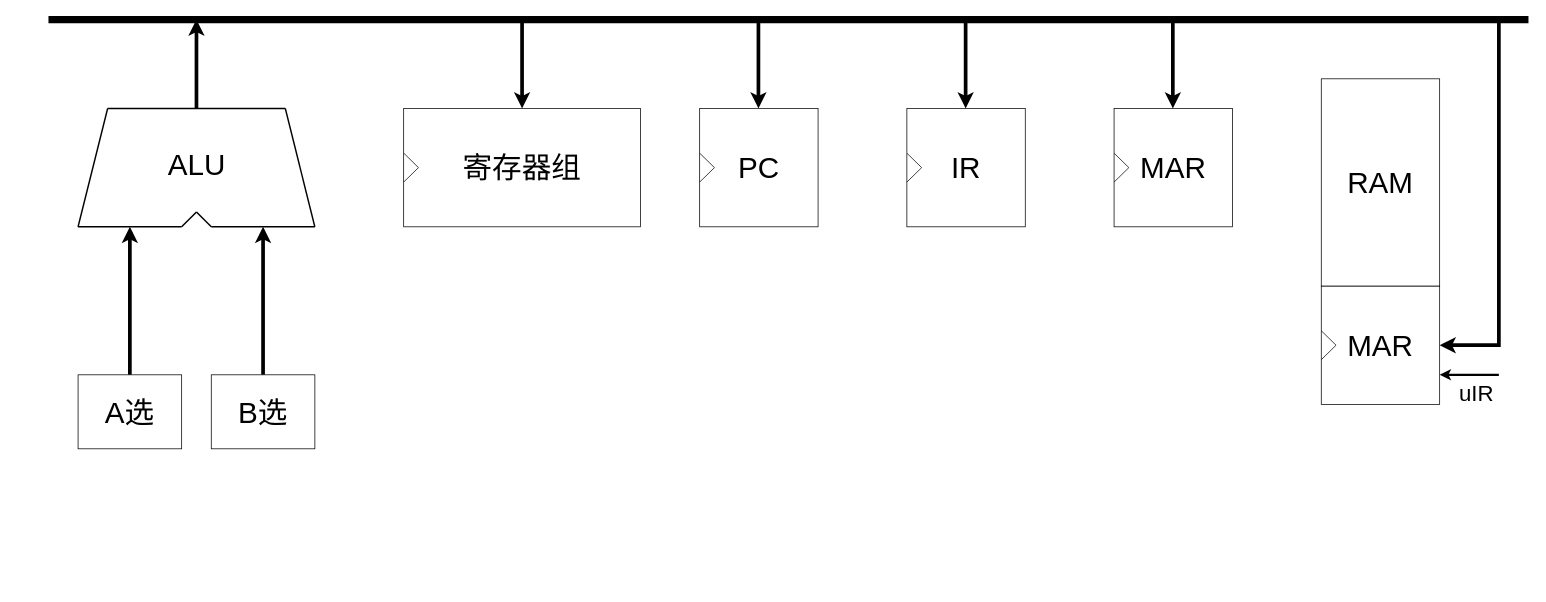
Earlier version of the draw.io diagram toHandOn/总体结构图.drawio (ShiaoYoung/Computer_Composition_Experiment). Source tidied: cells renumbered, new cells numbered last; positions are measured from the earlier drawing's top-left corner, leaving out a move shared by most shapes. Both pictures are drawn from the tidied source at 74%, with x=0, y=0 at pixel (48, 19).
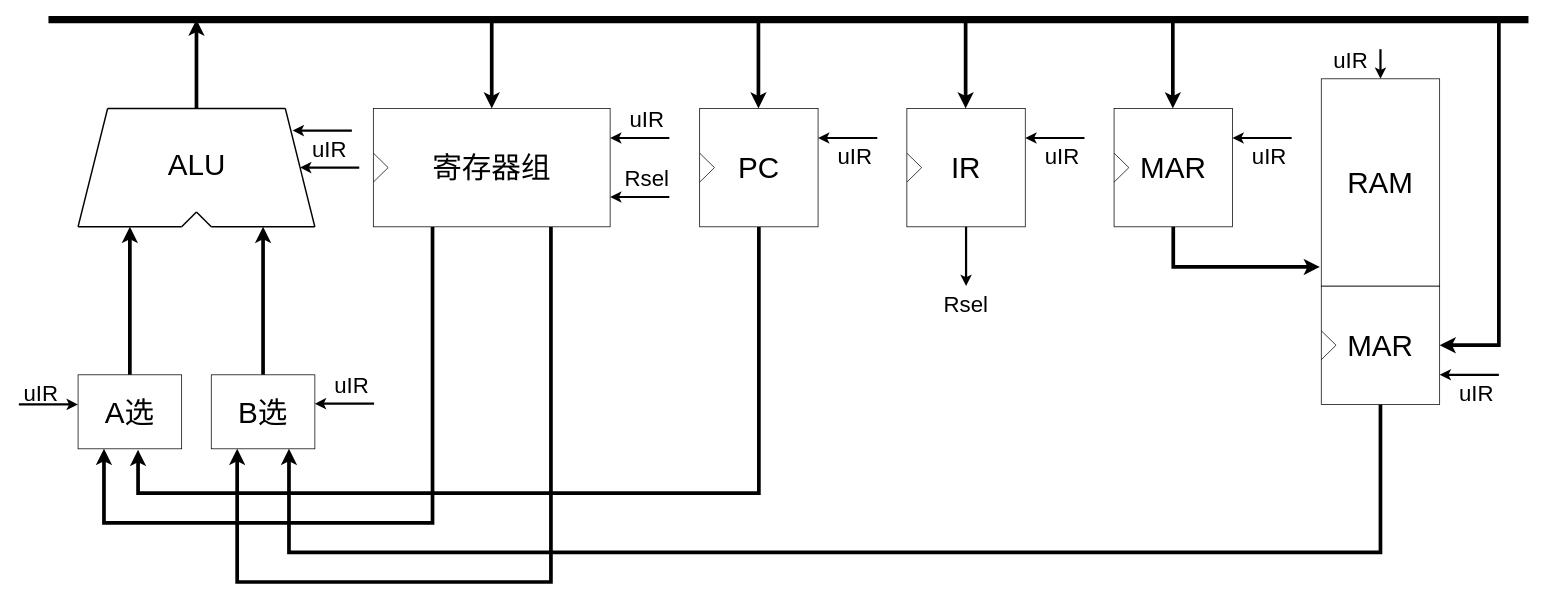
The same page after the edit.

Commit message (it also covers changes not shown here):
更新总体结构图.drawio

Unchanged cells that the change refers to:
```xml
<mxCell id="12" value="&lt;font style=&quot;font-size: 40px;&quot;&gt;A选&lt;/font&gt;" style="rounded=0;whiteSpace=wrap;html=1;" parent="1" vertex="1">
  <mxGeometry x="40" y="480" width="140" height="100" as="geometry" />
</mxCell>
<mxCell id="14" value="&lt;font style=&quot;font-size: 40px;&quot;&gt;B选&lt;/font&gt;" style="rounded=0;whiteSpace=wrap;html=1;" parent="1" vertex="1">
  <mxGeometry x="220" y="480" width="140" height="100" as="geometry" />
</mxCell>
<mxCell id="19" value="&lt;font style=&quot;font-size: 40px;&quot;&gt;PC&lt;/font&gt;" style="rounded=0;whiteSpace=wrap;html=1;" parent="1" vertex="1">
  <mxGeometry x="880" y="120" width="160" height="160" as="geometry" />
</mxCell>
<mxCell id="22" value="&lt;span style=&quot;font-size: 40px;&quot;&gt;IR&lt;/span&gt;" style="rounded=0;whiteSpace=wrap;html=1;" parent="1" vertex="1">
  <mxGeometry x="1160" y="120" width="160" height="160" as="geometry" />
</mxCell>
<mxCell id="25" value="&lt;span style=&quot;font-size: 40px;&quot;&gt;MAR&lt;/span&gt;" style="rounded=0;whiteSpace=wrap;html=1;" parent="1" vertex="1">
  <mxGeometry x="1440" y="120" width="160" height="160" as="geometry" />
</mxCell>
<mxCell id="28" value="&lt;span style=&quot;font-size: 40px;&quot;&gt;MAR&lt;/span&gt;" style="rounded=0;whiteSpace=wrap;html=1;" parent="1" vertex="1">
  <mxGeometry x="1720" y="360" width="160" height="160" as="geometry" />
</mxCell>
<mxCell id="31" value="&lt;font style=&quot;font-size: 40px;&quot;&gt;RAM&lt;/font&gt;" style="rounded=0;whiteSpace=wrap;html=1;" parent="1" vertex="1">
  <mxGeometry x="1720" y="80" width="160" height="280" as="geometry" />
</mxCell>
```

What changed in the source:
```diff
@@
+    <mxCell id="39" style="edgeStyle=orthogonalEdgeStyle;rounded=0;jettySize=auto;html=1;exitX=0.25;exitY=1;exitDx=0;exitDy=0;entryX=0.25;entryY=1;entryDx=0;entryDy=0;strokeWidth=5;" parent="1" edge="1" source="16" target="12">
+      <mxGeometry relative="1" as="geometry">
+        <Array as="points">
+          <mxPoint x="519" y="680" />
+          <mxPoint x="75" y="680" />
+        </Array>
+      </mxGeometry>
+    </mxCell>
+    <mxCell id="40" style="edgeStyle=orthogonalEdgeStyle;rounded=0;jettySize=auto;html=1;exitX=0.75;exitY=1;exitDx=0;exitDy=0;entryX=0.25;entryY=1;entryDx=0;entryDy=0;strokeWidth=5;" parent="1" edge="1" source="16" target="14">
+      <mxGeometry relative="1" as="geometry">
+        <Array as="points">
+          <mxPoint x="679" y="760" />
+          <mxPoint x="255" y="760" />
+        </Array>
+      </mxGeometry>
+    </mxCell>
     <mxCell id="16" value="&lt;font style=&quot;font-size: 40px;&quot;&gt;寄存器组&lt;/font&gt;" style="rounded=0;whiteSpace=wrap;html=1;" parent="1" vertex="1">
-      <mxGeometry x="480" y="120" width="320" height="160" as="geometry" />
+      <mxGeometry x="439" y="120" width="320" height="160" as="geometry" />
     </mxCell>
     <mxCell id="17" style="endArrow=none;html=1;rounded=0;exitX=0.001;exitY=0.379;exitDx=0;exitDy=0;exitPerimeter=0;" parent="1" edge="1" source="16">
       <mxGeometry relative="1" as="geometry">
-        <mxPoint x="500" y="200" as="targetPoint" />
+        <mxPoint x="459" y="200" as="targetPoint" />
       </mxGeometry>
     </mxCell>
     <mxCell id="18" style="endArrow=none;html=1;rounded=0;exitX=-0.003;exitY=0.629;exitDx=0;exitDy=0;exitPerimeter=0;" parent="1" edge="1">
       <mxGeometry relative="1" as="geometry">
-        <mxPoint x="480" y="219.6" as="sourcePoint" />
-        <mxPoint x="500" y="200" as="targetPoint" />
+        <mxPoint x="439" y="219.6" as="sourcePoint" />
+        <mxPoint x="459" y="200" as="targetPoint" />
       </mxGeometry>
     </mxCell>
+    <mxCell id="41" style="edgeStyle=orthogonalEdgeStyle;rounded=0;jettySize=auto;html=1;exitX=0.5;exitY=1;exitDx=0;exitDy=0;entryX=0.579;entryY=1.014;entryDx=0;entryDy=0;entryPerimeter=0;strokeWidth=5;" parent="1" edge="1" source="19" target="12">
+      <mxGeometry relative="1" as="geometry">
+        <Array as="points">
+          <mxPoint x="960" y="640" />
+          <mxPoint x="121" y="640" />
+        </Array>
+      </mxGeometry>
+    </mxCell>
@@
+    <mxCell id="42" style="edgeStyle=orthogonalEdgeStyle;rounded=0;jettySize=auto;html=1;exitX=0.5;exitY=1;exitDx=0;exitDy=0;entryX=0.75;entryY=1;entryDx=0;entryDy=0;strokeWidth=5;" parent="1" edge="1" source="28" target="14">
+      <mxGeometry relative="1" as="geometry">
+        <Array as="points">
+          <mxPoint x="1800" y="720" />
+          <mxPoint x="325" y="720" />
+        </Array>
+      </mxGeometry>
+    </mxCell>
@@
     <mxCell id="32" style="endArrow=classic;html=1;rounded=0;entryX=0.5;entryY=0;entryDx=0;entryDy=0;strokeWidth=5;" parent="1" edge="1" target="16">
       <mxGeometry relative="1" as="geometry">
-        <mxPoint x="640" as="sourcePoint" />
+        <mxPoint x="599" as="sourcePoint" />
       </mxGeometry>
     </mxCell>
@@
+    <mxCell id="43" style="endArrow=classic;html=1;rounded=0;entryX=1;entryY=0.75;entryDx=0;entryDy=0;strokeWidth=3;" parent="1" edge="1">
+      <mxGeometry relative="1" as="geometry">
+        <mxPoint x="1680" y="160" as="sourcePoint" />
+        <mxPoint x="1600" y="160" as="targetPoint" />
+      </mxGeometry>
+    </mxCell>
+    <mxCell id="44" value="&lt;font style=&quot;font-size: 30px;&quot;&gt;uIR&lt;/font&gt;" style="text;html=1;align=center;verticalAlign=middle;whiteSpace=wrap;rounded=0;" parent="1" vertex="1">
+      <mxGeometry x="1620" y="170" width="60" height="30" as="geometry" />
+    </mxCell>
+    <mxCell id="45" style="endArrow=classic;html=1;rounded=0;entryX=1;entryY=0.75;entryDx=0;entryDy=0;strokeWidth=3;" parent="1" edge="1">
+      <mxGeometry relative="1" as="geometry">
+        <mxPoint x="1400" y="160" as="sourcePoint" />
+        <mxPoint x="1320" y="160" as="targetPoint" />
+      </mxGeometry>
+    </mxCell>
+    <mxCell id="46" value="&lt;font style=&quot;font-size: 30px;&quot;&gt;uIR&lt;/font&gt;" style="text;html=1;align=center;verticalAlign=middle;whiteSpace=wrap;rounded=0;" parent="1" vertex="1">
+      <mxGeometry x="1340" y="170" width="60" height="30" as="geometry" />
+    </mxCell>
+    <mxCell id="47" style="endArrow=classic;html=1;rounded=0;entryX=1;entryY=0.75;entryDx=0;entryDy=0;strokeWidth=3;" parent="1" edge="1">
+      <mxGeometry relative="1" as="geometry">
+        <mxPoint x="1120" y="160" as="sourcePoint" />
+        <mxPoint x="1040" y="160" as="targetPoint" />
+      </mxGeometry>
+    </mxCell>
+    <mxCell id="48" value="&lt;font style=&quot;font-size: 30px;&quot;&gt;uIR&lt;/font&gt;" style="text;html=1;align=center;verticalAlign=middle;whiteSpace=wrap;rounded=0;" parent="1" vertex="1">
+      <mxGeometry x="1060" y="170" width="60" height="30" as="geometry" />
+    </mxCell>
+    <mxCell id="49" style="endArrow=classic;html=1;rounded=0;entryX=1;entryY=0.75;entryDx=0;entryDy=0;strokeWidth=3;" parent="1" edge="1">
+      <mxGeometry relative="1" as="geometry">
+        <mxPoint x="839" y="160" as="sourcePoint" />
+        <mxPoint x="759" y="160" as="targetPoint" />
+      </mxGeometry>
+    </mxCell>
+    <mxCell id="50" value="&lt;font style=&quot;font-size: 30px;&quot;&gt;uIR&lt;/font&gt;" style="text;html=1;align=center;verticalAlign=middle;whiteSpace=wrap;rounded=0;" parent="1" vertex="1">
+      <mxGeometry x="779" y="120" width="60" height="30" as="geometry" />
+    </mxCell>
+    <mxCell id="51" style="endArrow=classic;html=1;rounded=0;entryX=1;entryY=0.75;entryDx=0;entryDy=0;strokeWidth=3;" parent="1" edge="1">
+      <mxGeometry relative="1" as="geometry">
+        <mxPoint x="410" y="150" as="sourcePoint" />
+        <mxPoint x="330" y="150" as="targetPoint" />
+      </mxGeometry>
+    </mxCell>
+    <mxCell id="52" value="&lt;font style=&quot;font-size: 30px;&quot;&gt;uIR&lt;/font&gt;" style="text;html=1;align=center;verticalAlign=middle;whiteSpace=wrap;rounded=0;" parent="1" vertex="1">
+      <mxGeometry x="350" y="160" width="60" height="30" as="geometry" />
+    </mxCell>
+    <mxCell id="53" style="endArrow=classic;html=1;rounded=0;entryX=1;entryY=0.75;entryDx=0;entryDy=0;strokeWidth=3;" parent="1" edge="1">
+      <mxGeometry relative="1" as="geometry">
+        <mxPoint x="420" y="200" as="sourcePoint" />
+        <mxPoint x="340" y="200" as="targetPoint" />
+      </mxGeometry>
+    </mxCell>
+    <mxCell id="54" style="endArrow=classic;html=1;rounded=0;entryX=1;entryY=0.75;entryDx=0;entryDy=0;strokeWidth=3;" parent="1" edge="1">
+      <mxGeometry relative="1" as="geometry">
+        <mxPoint x="839" y="239.7" as="sourcePoint" />
+        <mxPoint x="759" y="239.7" as="targetPoint" />
+      </mxGeometry>
+    </mxCell>
+    <mxCell id="55" value="&lt;span style=&quot;font-size: 30px;&quot;&gt;Rsel&lt;/span&gt;" style="text;html=1;align=center;verticalAlign=middle;whiteSpace=wrap;rounded=0;" parent="1" vertex="1">
+      <mxGeometry x="779" y="199.7" width="60" height="30" as="geometry" />
+    </mxCell>
+    <mxCell id="56" style="endArrow=classic;html=1;rounded=0;strokeWidth=3;exitX=0.5;exitY=1;exitDx=0;exitDy=0;" parent="1" edge="1" source="22">
+      <mxGeometry relative="1" as="geometry">
+        <mxPoint x="1240" y="360" as="targetPoint" />
+      </mxGeometry>
+    </mxCell>
+    <mxCell id="57" value="&lt;span style=&quot;font-size: 30px;&quot;&gt;Rsel&lt;/span&gt;" style="text;html=1;align=center;verticalAlign=middle;whiteSpace=wrap;rounded=0;" parent="1" vertex="1">
+      <mxGeometry x="1210" y="370" width="60" height="30" as="geometry" />
+    </mxCell>
+    <mxCell id="58" style="edgeStyle=orthogonalEdgeStyle;rounded=0;jettySize=auto;html=1;exitX=0.5;exitY=1;exitDx=0;exitDy=0;entryX=-0.012;entryY=0.908;entryDx=0;entryDy=0;entryPerimeter=0;strokeWidth=5;" parent="1" edge="1" source="25" target="31">
+      <mxGeometry relative="1" as="geometry" />
+    </mxCell>
+    <mxCell id="59" style="endArrow=classic;html=1;rounded=0;entryX=1;entryY=0.75;entryDx=0;entryDy=0;strokeWidth=3;" parent="1" edge="1">
+      <mxGeometry relative="1" as="geometry">
+        <mxPoint x="440" y="519" as="sourcePoint" />
+        <mxPoint x="360" y="519" as="targetPoint" />
+      </mxGeometry>
+    </mxCell>
+    <mxCell id="60" value="&lt;font style=&quot;font-size: 30px;&quot;&gt;uIR&lt;/font&gt;" style="text;html=1;align=center;verticalAlign=middle;whiteSpace=wrap;rounded=0;" parent="1" vertex="1">
+      <mxGeometry x="380" y="479" width="60" height="30" as="geometry" />
+    </mxCell>
+    <mxCell id="61" style="endArrow=classic;html=1;rounded=0;entryX=-0.002;entryY=0.4;entryDx=0;entryDy=0;strokeWidth=3;entryPerimeter=0;" parent="1" edge="1" target="12">
+      <mxGeometry relative="1" as="geometry">
+        <mxPoint x="-40" y="520" as="sourcePoint" />
+      </mxGeometry>
+    </mxCell>
+    <mxCell id="62" value="&lt;font style=&quot;font-size: 30px;&quot;&gt;uIR&lt;/font&gt;" style="text;html=1;align=center;verticalAlign=middle;whiteSpace=wrap;rounded=0;" parent="1" vertex="1">
+      <mxGeometry x="-40" y="490" width="60" height="30" as="geometry" />
+    </mxCell>
+    <mxCell id="63" style="endArrow=classic;html=1;rounded=0;entryX=0.5;entryY=0;entryDx=0;entryDy=0;strokeWidth=3;" parent="1" edge="1" target="31">
+      <mxGeometry relative="1" as="geometry">
+        <mxPoint x="1800" y="40" as="sourcePoint" />
+      </mxGeometry>
+    </mxCell>
+    <mxCell id="64" value="&lt;font style=&quot;font-size: 30px;&quot;&gt;uIR&lt;/font&gt;" style="text;html=1;align=center;verticalAlign=middle;whiteSpace=wrap;rounded=0;" parent="1" vertex="1">
+      <mxGeometry x="1730" y="40" width="60" height="30" as="geometry" />
+    </mxCell>
```
